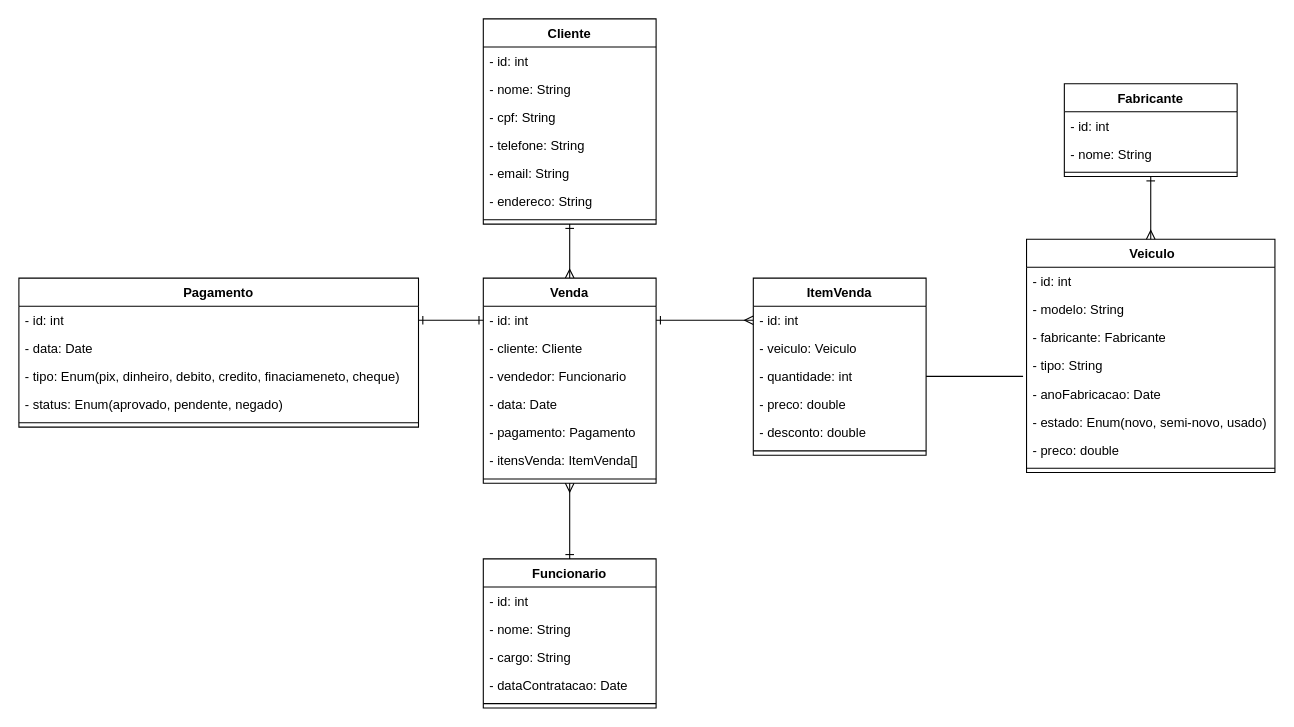
The draw.io diagram POO Modelagem.drawio.xml in NickMLN/Concessionaria-Java, before the edit. Source tidied: cells renumbered, new cells numbered last; positions are measured from the earlier drawing's top-left corner, leaving out a move shared by most shapes. Both pictures are drawn from the tidied source at 108%, with x=0, y=0 at pixel (18, 18).
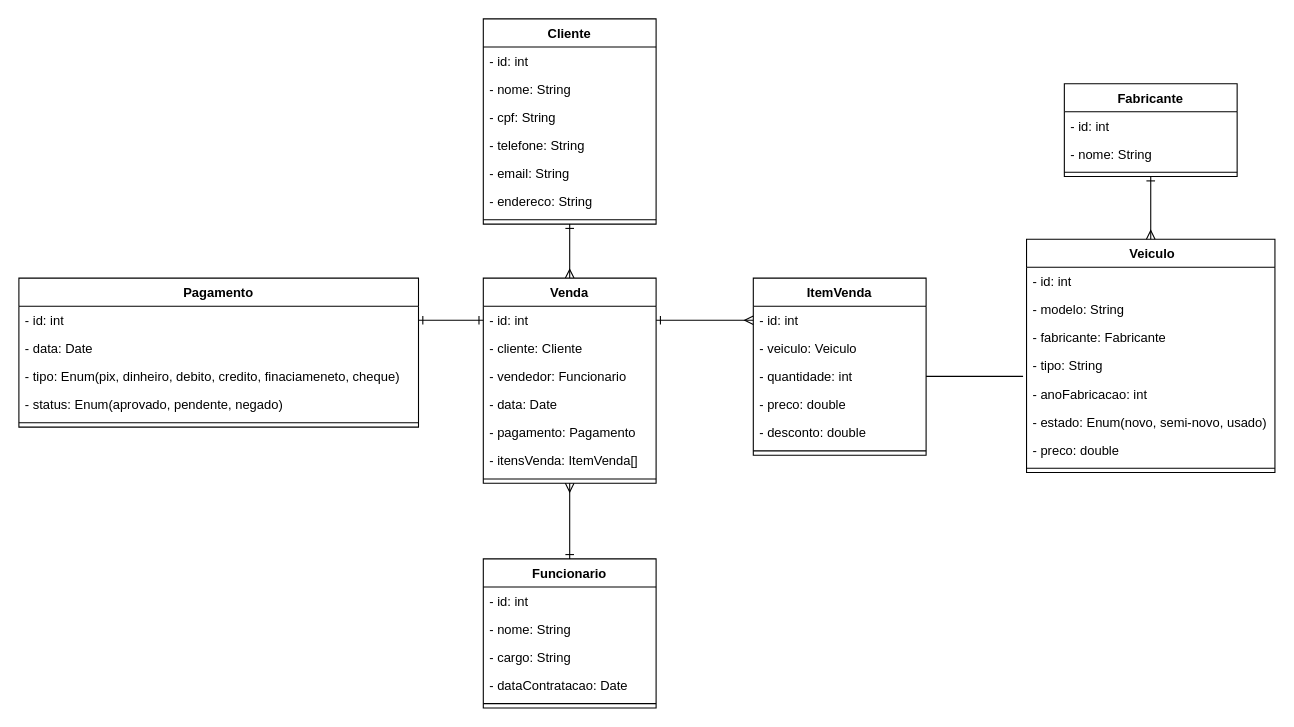
Above is the later version.

Unchanged cells that the change refers to:
```xml
<mxCell id="2" value="&amp;nbsp;Veiculo" style="swimlane;fontStyle=1;align=center;verticalAlign=top;horizontal=1;startSize=26;whiteSpace=wrap;html=1;" parent="1" vertex="1">
  <mxGeometry x="933" y="204" width="230" height="216" as="geometry" />
</mxCell>
```

What changed in the source:
```diff
@@
-    <mxCell id="7" value="- anoFabricacao: Date" style="text;strokeColor=none;fillColor=none;align=left;verticalAlign=top;spacingLeft=4;spacingRight=4;overflow=hidden;whiteSpace=wrap;html=1;" parent="2" vertex="1">
+    <mxCell id="7" value="- anoFabricacao: int" style="text;strokeColor=none;fillColor=none;align=left;verticalAlign=top;spacingLeft=4;spacingRight=4;overflow=hidden;whiteSpace=wrap;html=1;" parent="2" vertex="1">
       <mxGeometry y="130" width="230" height="26" as="geometry" />
     </mxCell>
```
